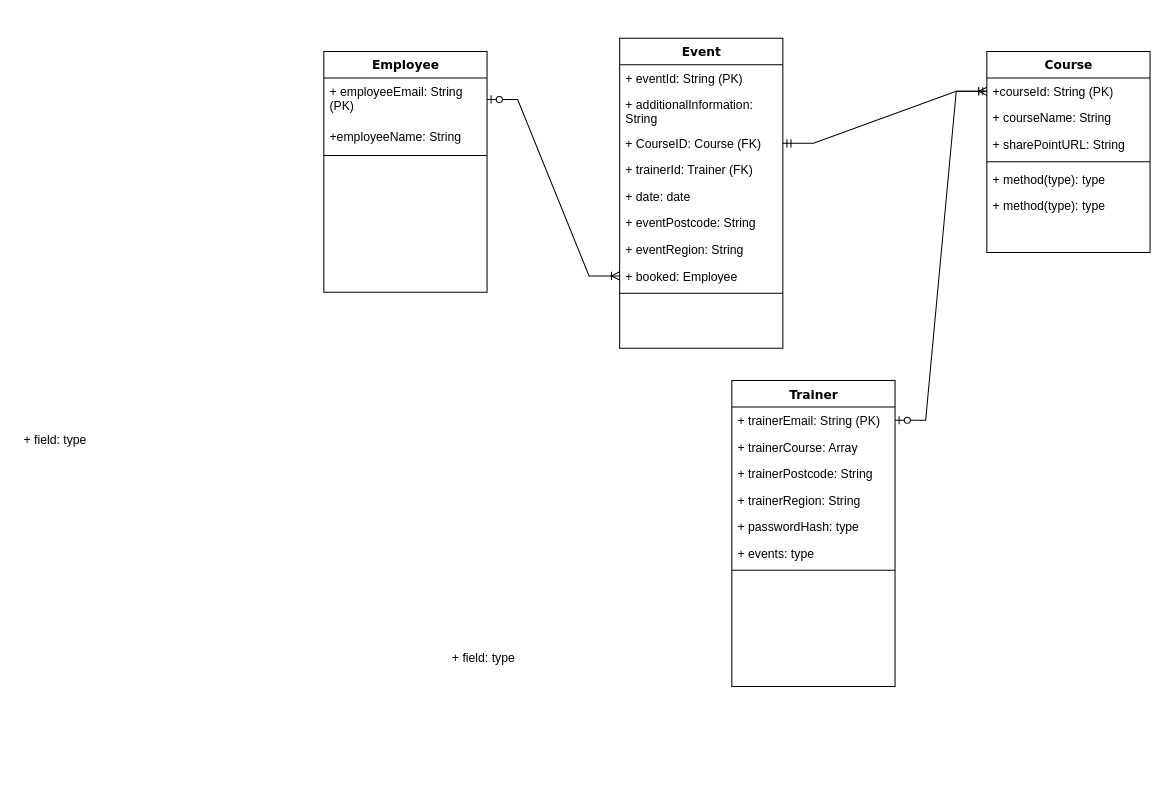
This is ER-Diagram.drawio from adamg14/acute-training-solutions, a draw.io file, before an edit. Source tidied: cells renumbered, new cells numbered last; positions are measured from the earlier drawing's top-left corner, leaving out a move shared by most shapes. Both pictures are drawn from the tidied source at 102%, with x=0, y=0 at pixel (17, 38).
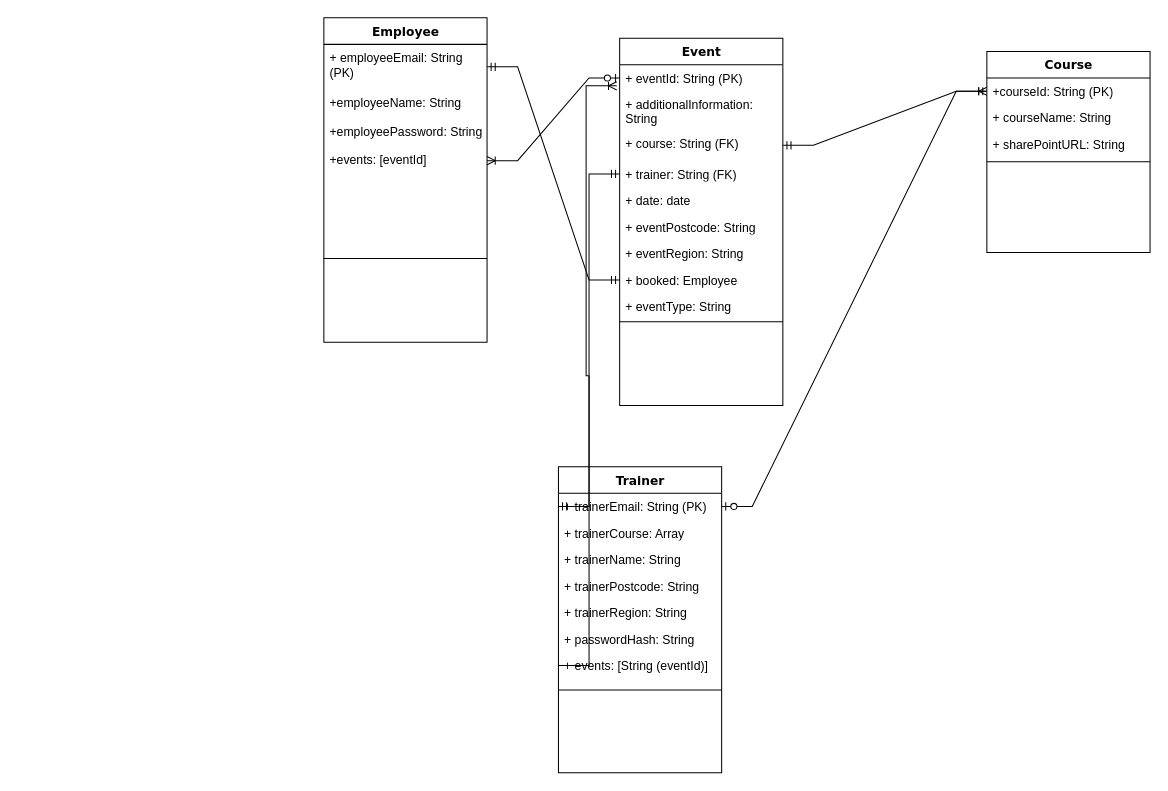
Above is the later version.

Unchanged cells that the change refers to:
```xml
<mxCell id="3" value="+ employeeEmail: String (PK)" style="text;html=1;strokeColor=none;fillColor=none;align=left;verticalAlign=top;spacingLeft=4;spacingRight=4;whiteSpace=wrap;overflow=hidden;points=[[0,0.5],[1,0.5]];portConstraint=eastwest;" parent="2" vertex="1">
  <mxGeometry y="26" width="160" height="44" as="geometry" />
</mxCell>
<mxCell id="7" value="+ eventId: String (PK)" style="text;html=1;strokeColor=none;fillColor=none;align=left;verticalAlign=top;spacingLeft=4;spacingRight=4;whiteSpace=wrap;overflow=hidden;points=[[0,0.5],[1,0.5]];portConstraint=eastwest;" parent="6" vertex="1">
  <mxGeometry y="26" width="160" height="26" as="geometry" />
</mxCell>
<mxCell id="16" value="Course" style="swimlane;html=1;fontStyle=1;align=center;verticalAlign=top;horizontal=1;startSize=26;swimlaneFillColor=#ffffff;rounded=0;shadow=0;comic=0;labelBackgroundColor=none;strokeWidth=1;fillColor=none;fontFamily=Verdana;fontSize=12;" parent="1" vertex="1">
  <mxGeometry x="950" y="13" width="160" height="197" as="geometry" />
</mxCell>
<mxCell id="24" value="+ trainerEmail: String (PK)" style="text;html=1;strokeColor=none;fillColor=none;align=left;verticalAlign=top;spacingLeft=4;spacingRight=4;whiteSpace=wrap;overflow=hidden;points=[[0,0.5],[1,0.5]];portConstraint=eastwest;" parent="23" vertex="1">
  <mxGeometry y="26" width="160" height="26" as="geometry" />
</mxCell>
```

The edit, as a diff of the source:
```diff
@@
     <mxCell id="2" value="Employee" style="swimlane;html=1;fontStyle=1;align=center;verticalAlign=top;horizontal=1;startSize=26;swimlaneFillColor=#ffffff;rounded=0;shadow=0;comic=0;labelBackgroundColor=none;strokeWidth=1;fillColor=none;fontFamily=Verdana;fontSize=12;" parent="1" vertex="1">
-      <mxGeometry x="300" y="13" width="160" height="236" as="geometry" />
+      <mxGeometry x="300" y="-20" width="160" height="318" as="geometry" />
     </mxCell>
@@
+    <mxCell id="37" value="+employeePassword: String" style="text;html=1;strokeColor=none;fillColor=none;align=left;verticalAlign=top;spacingLeft=4;spacingRight=4;whiteSpace=wrap;overflow=hidden;" parent="2" vertex="1">
+      <mxGeometry y="98" width="160" height="28" as="geometry" />
+    </mxCell>
+    <mxCell id="38" value="+events: [eventId]" style="text;html=1;strokeColor=none;fillColor=none;align=left;verticalAlign=top;spacingLeft=4;spacingRight=4;whiteSpace=wrap;overflow=hidden;points=[[0,0.5],[1,0.5]];portConstraint=eastwest;" parent="2" vertex="1">
+      <mxGeometry y="126" width="160" height="28" as="geometry" />
+    </mxCell>
     <mxCell id="5" style="line;html=1;strokeWidth=1;fillColor=none;align=left;verticalAlign=middle;spacingTop=-1;spacingLeft=3;spacingRight=3;labelPosition=right;" parent="2" vertex="1">
-      <mxGeometry y="98" width="160" height="8" as="geometry" />
+      <mxGeometry y="154" width="160" height="164" as="geometry" />
     </mxCell>
     <mxCell id="6" value="Event" style="swimlane;html=1;fontStyle=1;align=center;verticalAlign=top;horizontal=1;startSize=26;swimlaneFillColor=#ffffff;rounded=0;shadow=0;comic=0;labelBackgroundColor=none;strokeWidth=1;fillColor=none;fontFamily=Verdana;fontSize=12;" parent="1" vertex="1">
-      <mxGeometry x="590" width="160" height="304" as="geometry" />
+      <mxGeometry x="590" width="160" height="360" as="geometry" />
     </mxCell>
@@
-    <mxCell id="9" value="+ CourseID: Course (FK)" style="text;html=1;strokeColor=none;fillColor=none;align=left;verticalAlign=top;spacingLeft=4;spacingRight=4;whiteSpace=wrap;overflow=hidden;points=[[0,0.5],[1,0.5]];portConstraint=eastwest;" parent="6" vertex="1">
-      <mxGeometry y="90" width="160" height="26" as="geometry" />
+    <mxCell id="9" value="+ course: String (FK)" style="text;html=1;strokeColor=none;fillColor=none;align=left;verticalAlign=top;spacingLeft=4;spacingRight=4;whiteSpace=wrap;overflow=hidden;points=[[0,0.5],[1,0.5]];portConstraint=eastwest;" parent="6" vertex="1">
+      <mxGeometry y="90" width="160" height="30" as="geometry" />
     </mxCell>
-    <mxCell id="10" value="+ trainerId: Trainer (FK)" style="text;html=1;strokeColor=none;fillColor=none;align=left;verticalAlign=top;spacingLeft=4;spacingRight=4;whiteSpace=wrap;overflow=hidden;points=[[0,0.5],[1,0.5]];portConstraint=eastwest;" parent="6" vertex="1">
-      <mxGeometry y="116" width="160" height="26" as="geometry" />
+    <mxCell id="10" value="+ trainer: String (FK)" style="text;html=1;strokeColor=none;fillColor=none;align=left;verticalAlign=top;spacingLeft=4;spacingRight=4;whiteSpace=wrap;overflow=hidden;points=[[0,0.5],[1,0.5]];portConstraint=eastwest;" parent="6" vertex="1">
+      <mxGeometry y="120" width="160" height="26" as="geometry" />
     </mxCell>
     <mxCell id="11" value="+ date: date" style="text;html=1;strokeColor=none;fillColor=none;align=left;verticalAlign=top;spacingLeft=4;spacingRight=4;whiteSpace=wrap;overflow=hidden;" parent="6" vertex="1">
-      <mxGeometry y="142" width="160" height="26" as="geometry" />
+      <mxGeometry y="146" width="160" height="26" as="geometry" />
     </mxCell>
     <mxCell id="12" value="+ eventPostcode: String" style="text;html=1;strokeColor=none;fillColor=none;align=left;verticalAlign=top;spacingLeft=4;spacingRight=4;whiteSpace=wrap;overflow=hidden;" parent="6" vertex="1">
-      <mxGeometry y="168" width="160" height="26" as="geometry" />
+      <mxGeometry y="172" width="160" height="26" as="geometry" />
     </mxCell>
     <mxCell id="13" value="+ eventRegion: String" style="text;html=1;strokeColor=none;fillColor=none;align=left;verticalAlign=top;spacingLeft=4;spacingRight=4;whiteSpace=wrap;overflow=hidden;" parent="6" vertex="1">
-      <mxGeometry y="194" width="160" height="26" as="geometry" />
+      <mxGeometry y="198" width="160" height="26" as="geometry" />
     </mxCell>
     <mxCell id="14" value="+ booked: Employee" style="text;html=1;strokeColor=none;fillColor=none;align=left;verticalAlign=top;spacingLeft=4;spacingRight=4;whiteSpace=wrap;overflow=hidden;points=[[0,0.5],[1,0.5]];portConstraint=eastwest;" parent="6" vertex="1">
-      <mxGeometry y="220" width="160" height="26" as="geometry" />
+      <mxGeometry y="224" width="160" height="26" as="geometry" />
     </mxCell>
+    <mxCell id="39" value="+ eventType: String" style="text;html=1;strokeColor=none;fillColor=none;align=left;verticalAlign=top;spacingLeft=4;spacingRight=4;whiteSpace=wrap;overflow=hidden;" parent="6" vertex="1">
+      <mxGeometry y="250" width="160" height="24" as="geometry" />
+    </mxCell>
     <mxCell id="15" style="line;html=1;strokeWidth=1;fillColor=none;align=left;verticalAlign=middle;spacingTop=-1;spacingLeft=3;spacingRight=3;labelPosition=right;" parent="6" vertex="1">
-      <mxGeometry y="246" width="160" height="8" as="geometry" />
+      <mxGeometry y="274" width="160" height="8" as="geometry" />
     </mxCell>
@@
-    <mxCell id="21" value="+ method(type): type" style="text;html=1;strokeColor=none;fillColor=none;align=left;verticalAlign=top;spacingLeft=4;spacingRight=4;whiteSpace=wrap;overflow=hidden;" parent="16" vertex="1">
-      <mxGeometry y="112" width="160" height="26" as="geometry" />
-    </mxCell>
-    <mxCell id="22" value="+ method(type): type" style="text;html=1;strokeColor=none;fillColor=none;align=left;verticalAlign=top;spacingLeft=4;spacingRight=4;whiteSpace=wrap;overflow=hidden;" parent="16" vertex="1">
-      <mxGeometry y="138" width="160" height="26" as="geometry" />
-    </mxCell>
     <mxCell id="23" value="Trainer" style="swimlane;html=1;fontStyle=1;align=center;verticalAlign=top;horizontal=1;startSize=26;swimlaneFillColor=#ffffff;rounded=0;shadow=0;comic=0;labelBackgroundColor=none;strokeWidth=1;fillColor=none;fontFamily=Verdana;fontSize=12;" parent="1" vertex="1">
-      <mxGeometry x="700" y="335.5" width="160" height="300" as="geometry" />
+      <mxGeometry x="530" y="420" width="160" height="300" as="geometry" />
     </mxCell>
@@
+    <mxCell id="40" value="+ trainerCourse: Array" style="text;html=1;strokeColor=none;fillColor=none;align=left;verticalAlign=top;spacingLeft=4;spacingRight=4;whiteSpace=wrap;overflow=hidden;" parent="23" vertex="1">
+      <mxGeometry y="52" width="160" height="26" as="geometry" />
+    </mxCell>
-    <mxCell id="25" value="+ trainerCourse: Array" style="text;html=1;strokeColor=none;fillColor=none;align=left;verticalAlign=top;spacingLeft=4;spacingRight=4;whiteSpace=wrap;overflow=hidden;" parent="23" vertex="1">
-      <mxGeometry y="52" width="160" height="26" as="geometry" />
+    <mxCell id="25" value="+ trainerName: String" style="text;html=1;strokeColor=none;fillColor=none;align=left;verticalAlign=top;spacingLeft=4;spacingRight=4;whiteSpace=wrap;overflow=hidden;" parent="23" vertex="1">
+      <mxGeometry y="78" width="160" height="26" as="geometry" />
     </mxCell>
     <mxCell id="26" value="+ trainerPostcode: String" style="text;html=1;strokeColor=none;fillColor=none;align=left;verticalAlign=top;spacingLeft=4;spacingRight=4;whiteSpace=wrap;overflow=hidden;" parent="23" vertex="1">
-      <mxGeometry y="78" width="160" height="26" as="geometry" />
+      <mxGeometry y="104" width="160" height="26" as="geometry" />
     </mxCell>
     <mxCell id="27" value="+ trainerRegion:&amp;nbsp;String" style="text;html=1;strokeColor=none;fillColor=none;align=left;verticalAlign=top;spacingLeft=4;spacingRight=4;whiteSpace=wrap;overflow=hidden;" parent="23" vertex="1">
-      <mxGeometry y="104" width="160" height="26" as="geometry" />
+      <mxGeometry y="130" width="160" height="26" as="geometry" />
     </mxCell>
-    <mxCell id="28" value="+ passwordHash: type" style="text;html=1;strokeColor=none;fillColor=none;align=left;verticalAlign=top;spacingLeft=4;spacingRight=4;whiteSpace=wrap;overflow=hidden;" parent="23" vertex="1">
-      <mxGeometry y="130" width="160" height="26" as="geometry" />
+    <mxCell id="28" value="+ passwordHash: String" style="text;html=1;strokeColor=none;fillColor=none;align=left;verticalAlign=top;spacingLeft=4;spacingRight=4;whiteSpace=wrap;overflow=hidden;" parent="23" vertex="1">
+      <mxGeometry y="156" width="160" height="26" as="geometry" />
     </mxCell>
-    <mxCell id="29" value="+ events: type" style="text;html=1;strokeColor=none;fillColor=none;align=left;verticalAlign=top;spacingLeft=4;spacingRight=4;whiteSpace=wrap;overflow=hidden;points=[[0,0.5],[1,0.5]];portConstraint=eastwest;" parent="23" vertex="1">
-      <mxGeometry y="156" width="160" height="26" as="geometry" />
+    <mxCell id="29" value="+ events: [String (eventId)]" style="text;html=1;strokeColor=none;fillColor=none;align=left;verticalAlign=top;spacingLeft=4;spacingRight=4;whiteSpace=wrap;overflow=hidden;points=[[0,0.5],[1,0.5]];portConstraint=eastwest;" parent="23" vertex="1">
+      <mxGeometry y="182" width="160" height="26" as="geometry" />
     </mxCell>
     <mxCell id="30" style="line;html=1;strokeWidth=1;fillColor=none;align=left;verticalAlign=middle;spacingTop=-1;spacingLeft=3;spacingRight=3;labelPosition=right;" parent="23" vertex="1">
-      <mxGeometry y="182" width="160" height="8" as="geometry" />
+      <mxGeometry y="208" width="160" height="22" as="geometry" />
     </mxCell>
@@
-    <mxCell id="33" style="edgeStyle=entityRelationEdgeStyle;fontSize=12;html=1;endArrow=ERoneToMany;startArrow=ERzeroToOne;rounded=0;entryX=0;entryY=0.5;entryDx=0;entryDy=0;" parent="1" edge="1" target="14">
-      <mxGeometry relative="1" as="geometry">
-        <mxPoint x="460" y="60" as="sourcePoint" />
-      </mxGeometry>
+    <mxCell id="33" style="edgeStyle=entityRelationEdgeStyle;fontSize=12;html=1;endArrow=ERoneToMany;startArrow=ERzeroToOne;rounded=0;entryX=1;entryY=0.5;entryDx=0;entryDy=0;exitX=0;exitY=0.5;exitDx=0;exitDy=0;" parent="1" edge="1" source="7" target="38">
+      <mxGeometry relative="1" as="geometry" />
     </mxCell>
-    <mxCell id="34" value="+ field: type" style="text;html=1;strokeColor=none;fillColor=none;align=left;verticalAlign=top;spacingLeft=4;spacingRight=4;whiteSpace=wrap;overflow=hidden;" parent="1" vertex="1">
-      <mxGeometry x="420" y="594" width="160" height="26" as="geometry" />
-    </mxCell>
-    <mxCell id="35" value="+ field: type" style="text;html=1;strokeColor=none;fillColor=none;align=left;verticalAlign=top;spacingLeft=4;spacingRight=4;whiteSpace=wrap;overflow=hidden;" parent="1" vertex="1">
-      <mxGeometry y="380" width="160" height="26" as="geometry" />
-    </mxCell>
@@
+    <mxCell id="41" style="edgeStyle=entityRelationEdgeStyle;fontSize=12;html=1;endArrow=ERmandOne;startArrow=ERmandOne;rounded=0;entryX=0;entryY=0.5;entryDx=0;entryDy=0;exitX=0;exitY=0.5;exitDx=0;exitDy=0;" parent="1" edge="1" source="24" target="10">
+      <mxGeometry relative="1" as="geometry">
+        <Array as="points">
+          <mxPoint x="520" y="280" />
+          <mxPoint x="510" y="290" />
+          <mxPoint x="530" y="260" />
+        </Array>
+      </mxGeometry>
+    </mxCell>
+    <mxCell id="42" style="edgeStyle=entityRelationEdgeStyle;fontSize=12;html=1;endArrow=ERmandOne;startArrow=ERmandOne;rounded=0;entryX=0;entryY=0.5;entryDx=0;entryDy=0;exitX=1;exitY=0.5;exitDx=0;exitDy=0;" parent="1" edge="1" source="3" target="14">
+      <mxGeometry relative="1" as="geometry" />
+    </mxCell>
+    <mxCell id="43" style="edgeStyle=entityRelationEdgeStyle;fontSize=12;html=1;endArrow=ERoneToMany;rounded=0;exitX=0;exitY=0.5;exitDx=0;exitDy=0;entryX=-0.018;entryY=0.795;entryDx=0;entryDy=0;entryPerimeter=0;" parent="1" edge="1" source="29" target="7">
+      <mxGeometry relative="1" as="geometry">
+        <Array as="points">
+          <mxPoint x="430" y="590" />
+        </Array>
+      </mxGeometry>
+    </mxCell>
```
